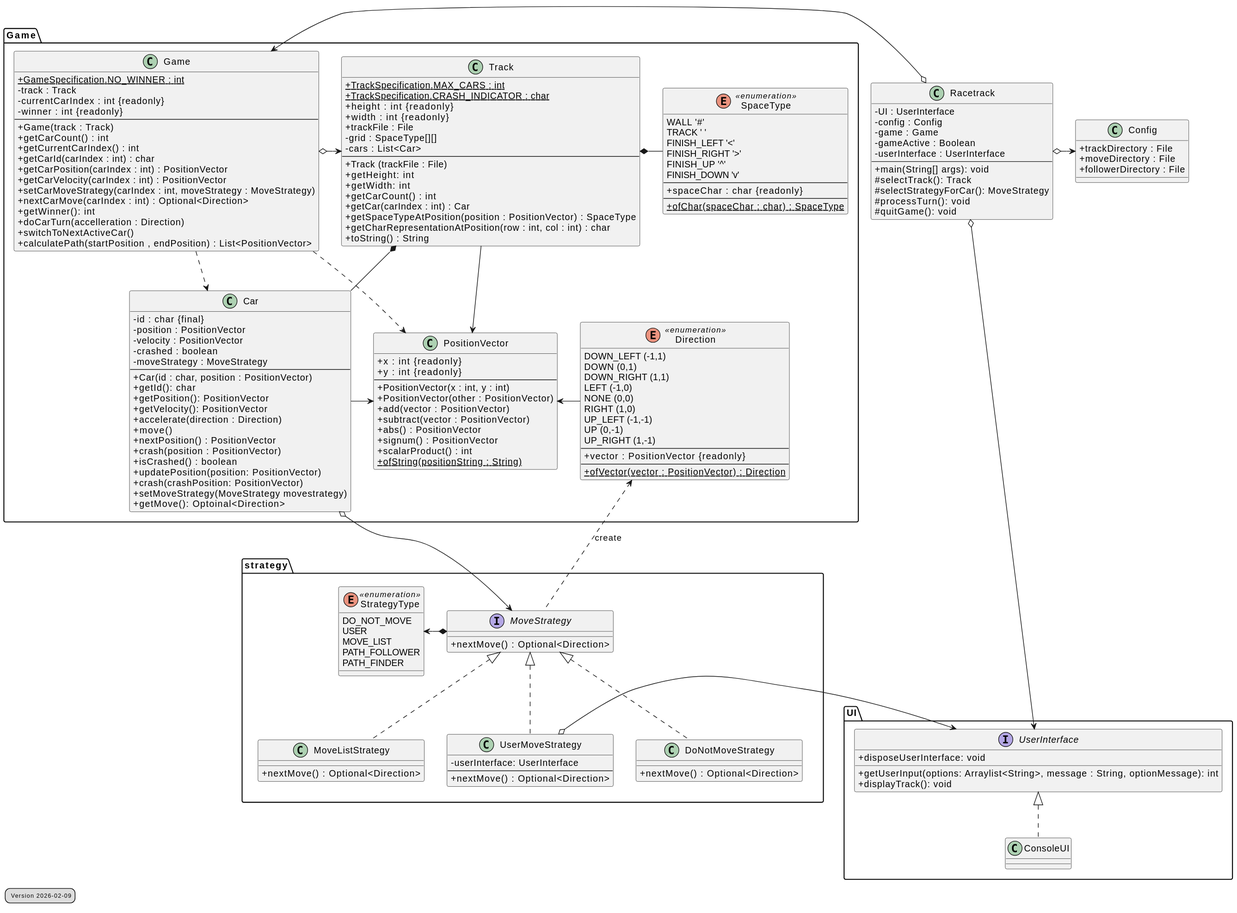
The PlantUML diagram Klassendiagramm.svg in ShankeW/Race_Track_ZHAW_Project, before a commit. The source it was exported from:
```plantuml
@startuml
skinparam ClassAttributeIconSize 0
skinparam groupInheritance 1

legend bottom left
<size:9> Version 2026-02-09</size>
end legend

class Racetrack {
  - UI : UserInterface
  - config : Config
  - game : Game
- gameActive : Boolean
- userInterface : UserInterface
--
+ main(String[] args): void
# selectTrack(): Track
# selectStrategyForCar(): MoveStrategy
# processTurn(): void
# quitGame(): void
  }

class Config {
   + trackDirectory : File
   + moveDirectory : File
   + followerDirectory : File
}

package "Game"{

class Car {
  - id : char {final}
  - position : PositionVector
  - velocity : PositionVector
  - crashed : boolean
  - moveStrategy : MoveStrategy
  ---
  + Car(id : char, position : PositionVector)
  + getId(): char
  + getPosition(): PositionVector
  + getVelocity(): PositionVector
  + accelerate(direction : Direction)
  + move()
  + nextPosition() : PositionVector
  + crash(position : PositionVector)
  + isCrashed() : boolean
  + updatePosition(position: PositionVector)
  + crash(crashPosition: PositionVector)
  + setMoveStrategy(MoveStrategy movestrategy)
  + getMove(): Optoinal<Direction>
}




class Track {
  + {static} TrackSpecification.MAX_CARS : int
  + {static} TrackSpecification.CRASH_INDICATOR : char
  + height : int {readonly}
  + width : int {readonly}
  + trackFile : File
  - grid : SpaceType[][]
  - cars : List<Car>
  ---
  + Track (trackFile : File)
  + getHeight: int
  + getWidth: int
  + getCarCount() : int
  + getCar(carIndex : int) : Car
  + getSpaceTypeAtPosition(position : PositionVector) : SpaceType
  + getCharRepresentationAtPosition(row : int, col : int) : char
  + toString() : String
}


enum SpaceType <<enumeration>> {
  WALL '#'
  TRACK ' '
  FINISH_LEFT '<'
  FINISH_RIGHT '>'
  FINISH_UP '^'
  FINISH_DOWN 'v'
  ---
  + spaceChar : char {readonly}
  ---
  + {static} ofChar(spaceChar : char) : SpaceType
}


class Game {
  + {static}GameSpecification.NO_WINNER : int
  - track : Track
  - currentCarIndex : int {readonly}
  - winner : int {readonly}
  ---
  + Game(track : Track)
  + getCarCount() : int
  + getCurrentCarIndex() : int
  + getCarId(carIndex : int) : char
  + getCarPosition(carIndex : int) : PositionVector
  + getCarVelocity(carIndex : int) : PositionVector
  + setCarMoveStrategy(carIndex : int, moveStrategy : MoveStrategy)
  + nextCarMove(carIndex : int) : Optional<Direction>
  + getWinner(): int
  + doCarTurn(accelleration : Direction)
  + switchToNextActiveCar()
  + calculatePath(startPosition , endPosition) : List<PositionVector>
}

class PositionVector {
  + x : int {readonly}
  + y : int {readonly}
  ---
  + PositionVector(x : int, y : int)
  + PositionVector(other : PositionVector)
  + add(vector : PositionVector)
  + subtract(vector : PositionVector)
  + abs() : PositionVector
  + signum() : PositionVector
  + scalarProduct() : int
  + {static} ofString(positionString : String)
}

enum Direction <<enumeration>> {
  DOWN_LEFT (-1,1)
  DOWN (0,1)
  DOWN_RIGHT (1,1)
  LEFT (-1,0)
  NONE (0,0)
  RIGHT (1,0)
  UP_LEFT (-1,-1)
  UP (0,-1)
  UP_RIGHT (1,-1)
  ---
  + vector : PositionVector {readonly}
  ---
  +{static}ofVector(vector : PositionVector) : Direction
}

Direction -left> PositionVector

  }

package "strategy" {
    interface MoveStrategy {
      + nextMove() : Optional<Direction>
    }

    enum StrategyType <<enumeration>> {
      DO_NOT_MOVE
      USER
      MOVE_LIST
      PATH_FOLLOWER
      PATH_FINDER
    }

    StrategyType <-* MoveStrategy

    class DoNotMoveStrategy implements MoveStrategy {
      + nextMove() : Optional<Direction>
    }

    class MoveListStrategy implements MoveStrategy {
      + nextMove() : Optional<Direction>
    }

    class UserMoveStrategy implements MoveStrategy {
      - userInterface: UserInterface
      --
      + nextMove() : Optional<Direction>
    }

}

package "UI" {
  interface UserInterface {
    + getUserInput(options: Arraylist<String>, message : String, optionMessage): int
    + displayTrack(): void
    + disposeUserInterface: void
    }

  class ConsoleUI implements UserInterface {

    }
  }



"strategy" .[hidden]up. Config

Racetrack o-> Game
Racetrack o-> UserInterface
Game o-> Track
Racetrack o-> Config
Game ..> Car
Game ..> PositionVector
MoveStrategy .up.> Direction : create
Track *- SpaceType
Track *- Car
Car o-down> MoveStrategy

UserMoveStrategy o-> UserInterface

Car -> PositionVector
Track --> PositionVector
@enduml
```
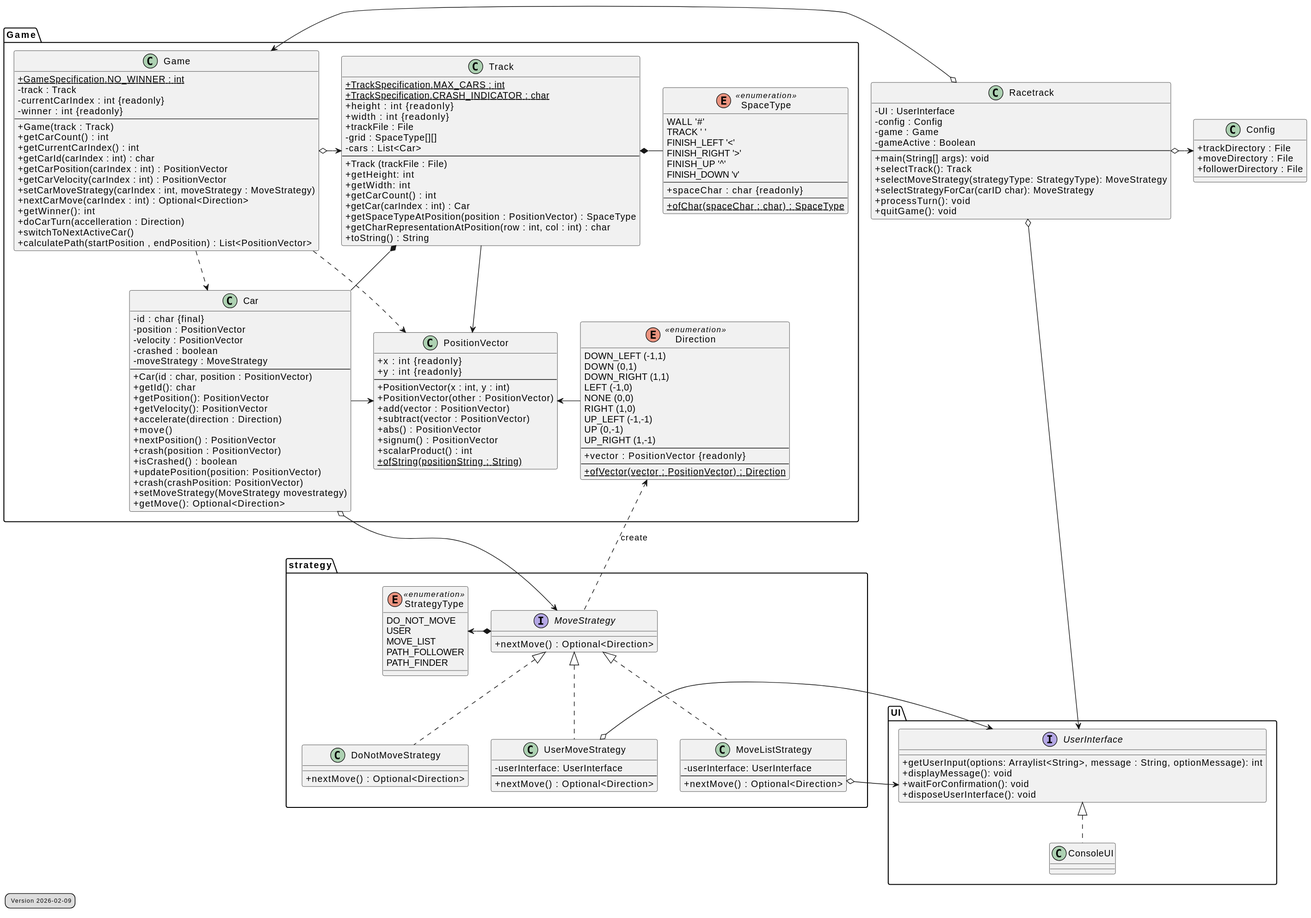
The same diagram one commit later.

Commit message:
Updated Class Diagram

What changed in the source:
```diff
@@ -11,13 +11,13 @@
   - config : Config
   - game : Game
 - gameActive : Boolean
-- userInterface : UserInterface
 --
 + main(String[] args): void
-# selectTrack(): Track
-# selectStrategyForCar(): MoveStrategy
-# processTurn(): void
-# quitGame(): void
++ selectTrack(): Track
++ selectMoveStrategy(strategyType: StrategyType): MoveStrategy
++ selectStrategyForCar(carID char): MoveStrategy
++ processTurn(): void
++ quitGame(): void
   }
 
 class Config {
@@ -47,10 +47,8 @@
   + updatePosition(position: PositionVector)
   + crash(crashPosition: PositionVector)
   + setMoveStrategy(MoveStrategy movestrategy)
-  + getMove(): Optoinal<Direction>
+  + getMove(): Optional<Direction>
 }
-
-
 
 
 class Track {
@@ -161,6 +159,8 @@
     }
 
     class MoveListStrategy implements MoveStrategy {
+      - userInterface: UserInterface
+      --
       + nextMove() : Optional<Direction>
     }
 
@@ -175,8 +175,9 @@
 package "UI" {
   interface UserInterface {
     + getUserInput(options: Arraylist<String>, message : String, optionMessage): int
-    + displayTrack(): void
-    + disposeUserInterface: void
+    + displayMessage(): void
+    + waitForConfirmation(): void
+    + disposeUserInterface(): void
     }
 
   class ConsoleUI implements UserInterface {
@@ -200,6 +201,7 @@
 Car o-down> MoveStrategy
 
 UserMoveStrategy o-> UserInterface
+MoveListStrategy o-> UserInterface
 
 Car -> PositionVector
 Track --> PositionVector
```
